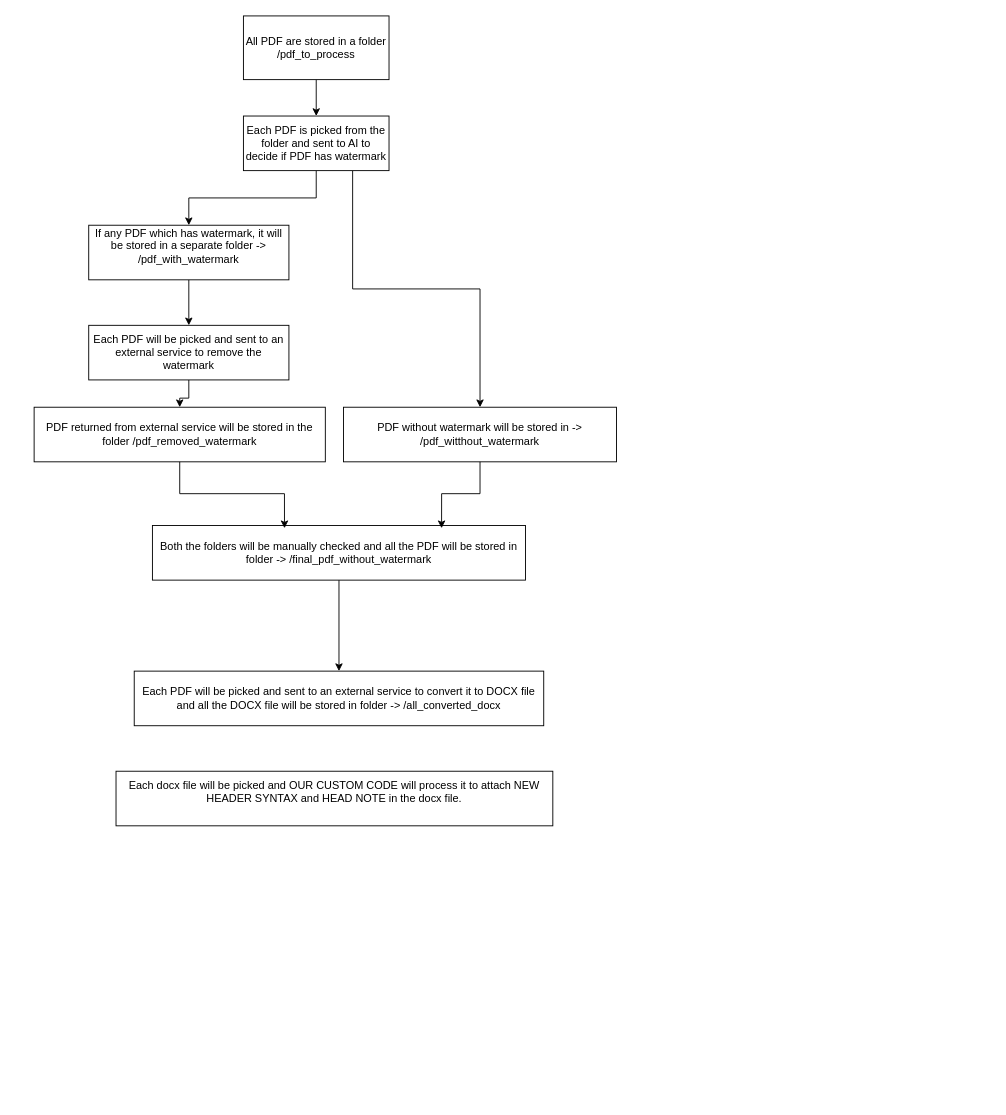
Before: PDFProcessing.drawio in pushkarbisht/drawio, a draw.io diagram. Source tidied: cells renumbered, new cells numbered last; positions are measured from the earlier drawing's top-left corner, leaving out a move shared by most shapes. Both pictures are drawn from the tidied source at 91%, with x=0, y=0 at pixel (34, 15).
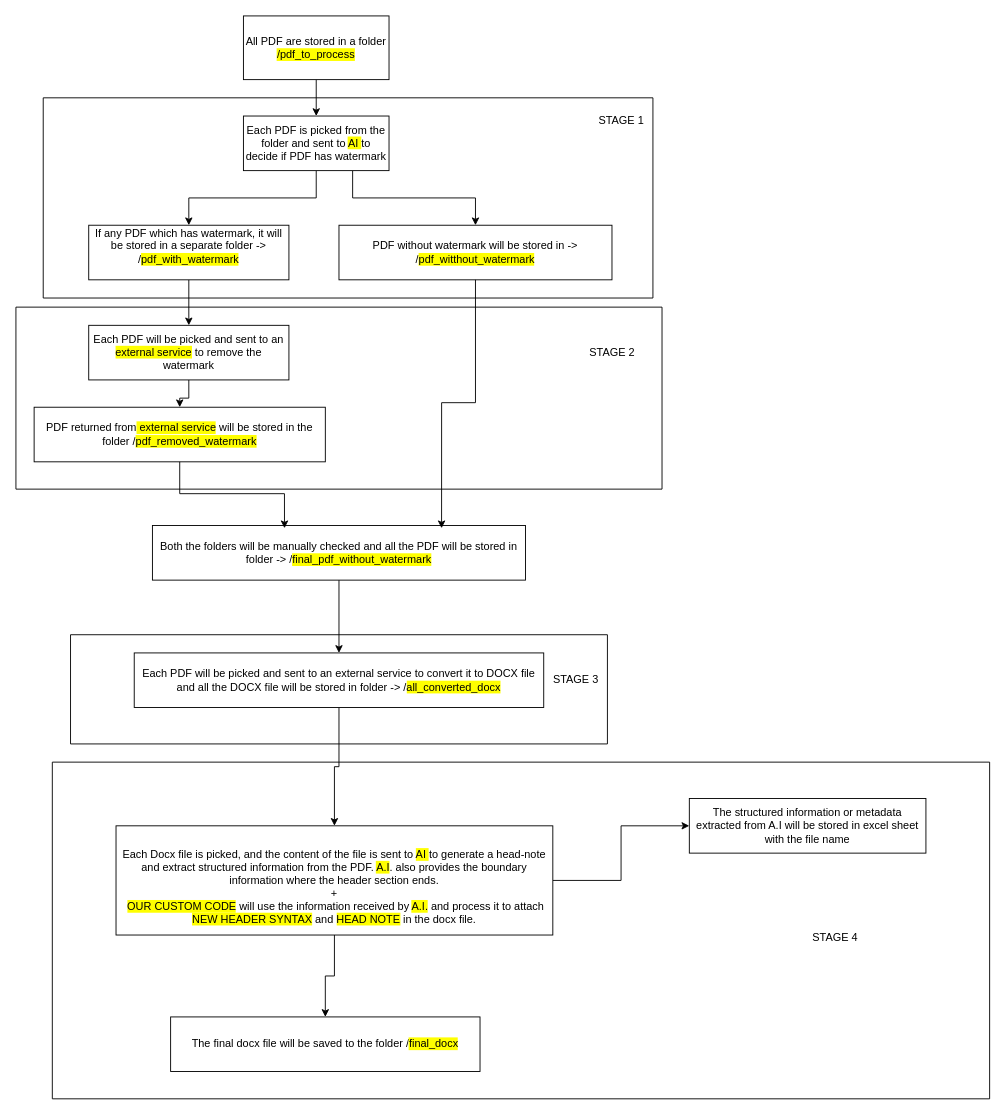
The same diagram, later.

Change to the diagram source:
```diff
@@
-    <mxCell id="3" value="All PDF are stored in a folder /pdf_to_process" style="rounded=0;whiteSpace=wrap;html=1;" parent="1" vertex="1">
+    <mxCell id="3" value="All PDF are stored in a folder &lt;span style=&quot;background-color: rgb(255, 255, 0);&quot;&gt;/pdf_to_process&lt;/span&gt;" style="rounded=0;whiteSpace=wrap;html=1;" parent="1" vertex="1">
       <mxGeometry x="230" width="160" height="70" as="geometry" />
     </mxCell>
@@
-    <mxCell id="6" value="Each PDF is picked from the folder and sent to AI to decide if PDF has watermark" style="rounded=0;whiteSpace=wrap;html=1;" parent="1" vertex="1">
+    <mxCell id="6" value="Each PDF is picked from the folder and sent to &lt;span style=&quot;background-color: rgb(255, 255, 0);&quot;&gt;AI &lt;/span&gt;to decide if PDF has watermark" style="rounded=0;whiteSpace=wrap;html=1;" parent="1" vertex="1">
       <mxGeometry x="230" y="110" width="160" height="60" as="geometry" />
     </mxCell>
@@
-    <mxCell id="8" value="If any PDF which has watermark, it will be stored in a separate folder -&amp;gt; /pdf_with_watermark&lt;div&gt;&lt;br&gt;&lt;/div&gt;" style="rounded=0;whiteSpace=wrap;html=1;" parent="1" vertex="1">
+    <mxCell id="8" value="If any PDF which has watermark, it will be stored in a separate folder -&amp;gt; /&lt;span style=&quot;background-color: rgb(255, 255, 0);&quot;&gt;pdf_with_watermark&lt;/span&gt;&lt;div&gt;&lt;br&gt;&lt;/div&gt;" style="rounded=0;whiteSpace=wrap;html=1;" parent="1" vertex="1">
       <mxGeometry x="60" y="230" width="220" height="60" as="geometry" />
     </mxCell>
-    <mxCell id="9" value="PDF without watermark will be stored in -&amp;gt; /pdf_witthout_watermark" style="rounded=0;whiteSpace=wrap;html=1;" parent="1" vertex="1">
-      <mxGeometry x="340" y="430" width="300" height="60" as="geometry" />
+    <mxCell id="9" value="PDF without watermark will be stored in -&amp;gt; /&lt;font style=&quot;color: rgb(0, 0, 0); background-color: rgb(255, 255, 0);&quot;&gt;pdf_witthout_watermark&lt;/font&gt;" style="rounded=0;whiteSpace=wrap;html=1;" parent="1" vertex="1">
+      <mxGeometry x="335" y="230" width="300" height="60" as="geometry" />
     </mxCell>
@@
-    <mxCell id="11" value="Each PDF will be picked and sent to an external service to remove the watermark" style="rounded=0;whiteSpace=wrap;html=1;" parent="1" vertex="1">
+    <mxCell id="11" value="Each PDF will be picked and sent to an &lt;span style=&quot;background-color: rgb(255, 255, 0);&quot;&gt;external service&lt;/span&gt; to remove the watermark" style="rounded=0;whiteSpace=wrap;html=1;" parent="1" vertex="1">
       <mxGeometry x="60" y="340" width="220" height="60" as="geometry" />
     </mxCell>
-    <mxCell id="12" value="PDF returned from external service will be stored in the folder /pdf_removed_watermark" style="rounded=0;whiteSpace=wrap;html=1;" parent="1" vertex="1">
+    <mxCell id="12" value="PDF returned from&lt;span style=&quot;background-color: rgb(255, 255, 0);&quot;&gt; external service&lt;/span&gt; will be stored in the folder /&lt;font style=&quot;color: rgb(0, 0, 0); background-color: rgb(255, 255, 0);&quot;&gt;pdf_removed_watermark&lt;/font&gt;" style="rounded=0;whiteSpace=wrap;html=1;" parent="1" vertex="1">
       <mxGeometry y="430" width="320" height="60" as="geometry" />
     </mxCell>
@@
-    <mxCell id="14" value="Both the folders will be manually checked and all the PDF will be stored in folder -&amp;gt; /final_pdf_without_watermark" style="rounded=0;whiteSpace=wrap;html=1;" parent="1" vertex="1">
+    <mxCell id="14" value="Both the folders will be manually checked and all the PDF will be stored in folder -&amp;gt; /&lt;span style=&quot;background-color: rgb(255, 255, 0);&quot;&gt;final_pdf_without_watermark&lt;/span&gt;" style="rounded=0;whiteSpace=wrap;html=1;" parent="1" vertex="1">
       <mxGeometry x="130" y="560" width="410" height="60" as="geometry" />
     </mxCell>
@@
+    <mxCell id="19" style="edgeStyle=orthogonalEdgeStyle;rounded=0;jettySize=auto;html=1;" parent="1" edge="1" source="17" target="18">
+      <mxGeometry relative="1" as="geometry" />
+    </mxCell>
+    <mxCell id="20" style="edgeStyle=orthogonalEdgeStyle;rounded=0;jettySize=auto;html=1;" parent="1" edge="1" source="18" target="21">
+      <mxGeometry relative="1" as="geometry" />
+    </mxCell>
+    <mxCell id="21" value="The structured information or metadata extracted from A.I will be stored in excel sheet with the file name" style="whiteSpace=wrap;html=1;rounded=0;" parent="1" vertex="1">
+      <mxGeometry x="720" y="860" width="260" height="60" as="geometry" />
+    </mxCell>
+    <mxCell id="22" style="swimlane;startSize=0;" parent="1" vertex="1">
+      <mxGeometry x="10" y="90" width="670" height="220" as="geometry" />
+    </mxCell>
+    <mxCell id="23" value="STAGE 1" style="text;html=1;align=center;verticalAlign=middle;strokeColor=none;fillColor=none;" parent="22" vertex="1">
+      <mxGeometry x="600" y="10" width="70" height="30" as="geometry" />
+    </mxCell>
+    <mxCell id="24" style="swimlane;startSize=0;" parent="1" vertex="1">
+      <mxGeometry x="-20" y="320" width="710" height="200" as="geometry" />
+    </mxCell>
+    <mxCell id="25" value="STAGE 2" style="text;html=1;align=center;verticalAlign=middle;strokeColor=none;fillColor=none;" parent="24" vertex="1">
+      <mxGeometry x="620" y="35" width="70" height="30" as="geometry" />
+    </mxCell>
+    <mxCell id="26" style="swimlane;startSize=0;" parent="1" vertex="1">
+      <mxGeometry x="40" y="680" width="590" height="120" as="geometry" />
+    </mxCell>
-    <mxCell id="17" value="Each PDF will be picked and sent to an external service to convert it to DOCX file and all the DOCX file will be stored in folder -&amp;gt; /all_converted_docx" style="rounded=0;whiteSpace=wrap;html=1;" parent="1" vertex="1">
-      <mxGeometry x="110" y="720" width="450" height="60" as="geometry" />
+    <mxCell id="17" value="Each PDF will be picked and sent to an external service to convert it to DOCX file and all the DOCX file will be stored in folder -&amp;gt; /&lt;span style=&quot;background-color: rgb(255, 255, 0);&quot;&gt;all_converted_docx&lt;/span&gt;" style="rounded=0;whiteSpace=wrap;html=1;" parent="26" vertex="1">
+      <mxGeometry x="70" y="20" width="450" height="60" as="geometry" />
     </mxCell>
+    <mxCell id="27" value="STAGE 3" style="text;html=1;align=center;verticalAlign=middle;strokeColor=none;fillColor=none;" parent="26" vertex="1">
+      <mxGeometry x="520" y="35" width="70" height="30" as="geometry" />
+    </mxCell>
+    <mxCell id="28" style="swimlane;startSize=0;" parent="1" vertex="1">
+      <mxGeometry x="20" y="820" width="1030" height="370" as="geometry" />
+    </mxCell>
+    <mxCell id="29" value="The final docx file will be saved to the folder /&lt;span style=&quot;background-color: rgb(255, 255, 0);&quot;&gt;final_docx&lt;/span&gt;" style="whiteSpace=wrap;html=1;rounded=0;" parent="28" vertex="1">
+      <mxGeometry x="130" y="280" width="340" height="60" as="geometry" />
+    </mxCell>
-    <mxCell id="18" value="Each docx file will be picked and OUR CUSTOM CODE will process it to attach NEW HEADER SYNTAX and HEAD NOTE in the docx file.&lt;div&gt;&lt;br/&gt;&lt;/div&gt;" style="rounded=0;whiteSpace=wrap;html=1;" parent="1" vertex="1">
-      <mxGeometry x="90" y="830" width="480" height="60" as="geometry" />
+    <mxCell id="18" value="&lt;br&gt;Each Docx file is picked, and the content of the file is sent to &lt;span style=&quot;background-color: rgb(255, 255, 0);&quot;&gt;AI &lt;/span&gt;to generate a head-note and extract structured information from the PDF. &lt;span style=&quot;background-color: rgb(255, 255, 0);&quot;&gt;A.I&lt;/span&gt;. also provides the boundary information where the header section ends.&lt;div&gt;+&lt;br&gt;&lt;div&gt;&amp;nbsp;&lt;span style=&quot;background-color: rgb(255, 255, 0);&quot;&gt;OUR CUSTOM CODE&lt;/span&gt; will use the information received by &lt;span style=&quot;background-color: rgb(255, 255, 0);&quot;&gt;A.I.&lt;/span&gt; and process it to attach &lt;span style=&quot;background-color: rgb(255, 255, 0);&quot;&gt;NEW HEADER SYNTAX&lt;/span&gt; and &lt;span style=&quot;background-color: rgb(255, 255, 0);&quot;&gt;HEAD NOTE&lt;/span&gt; in the docx file.&lt;/div&gt;&lt;/div&gt;" style="rounded=0;whiteSpace=wrap;html=1;" parent="28" vertex="1">
+      <mxGeometry x="70" y="70" width="480" height="120" as="geometry" />
     </mxCell>
+    <mxCell id="30" style="edgeStyle=orthogonalEdgeStyle;rounded=0;jettySize=auto;html=1;" parent="28" edge="1" source="18" target="29">
+      <mxGeometry relative="1" as="geometry" />
+    </mxCell>
+    <mxCell id="31" value="STAGE 4" style="text;html=1;align=center;verticalAlign=middle;strokeColor=none;fillColor=none;" parent="1" vertex="1">
+      <mxGeometry x="845" y="998" width="70" height="30" as="geometry" />
+    </mxCell>
```
